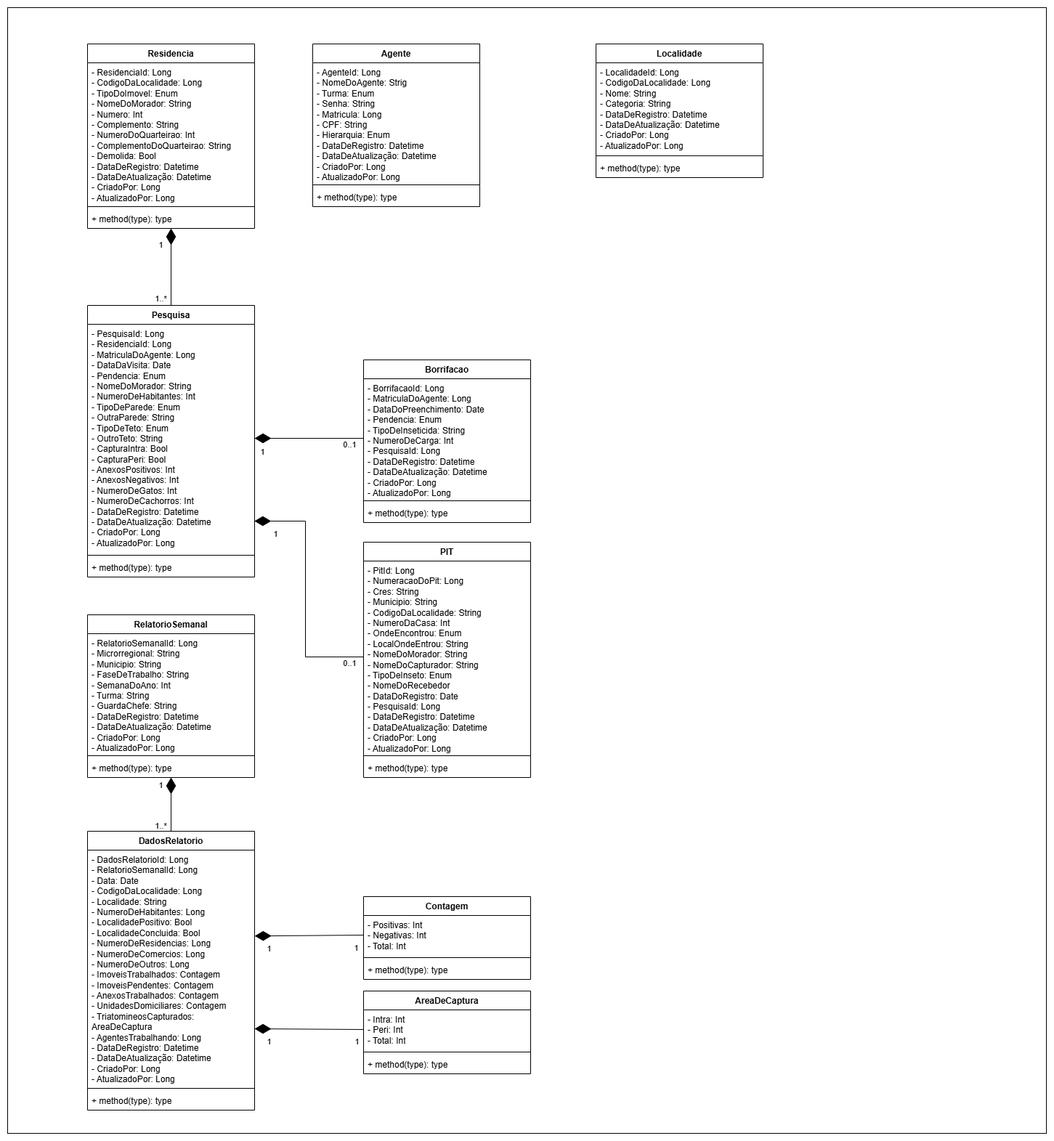
This is Diagrama de classes.png from Fconeto/P.I-3, a draw.io export, as it was before one commit. Source tidied: cells renumbered, new cells last; positions are measured from the earlier drawing's top-left corner, leaving out a move shared by most shapes.
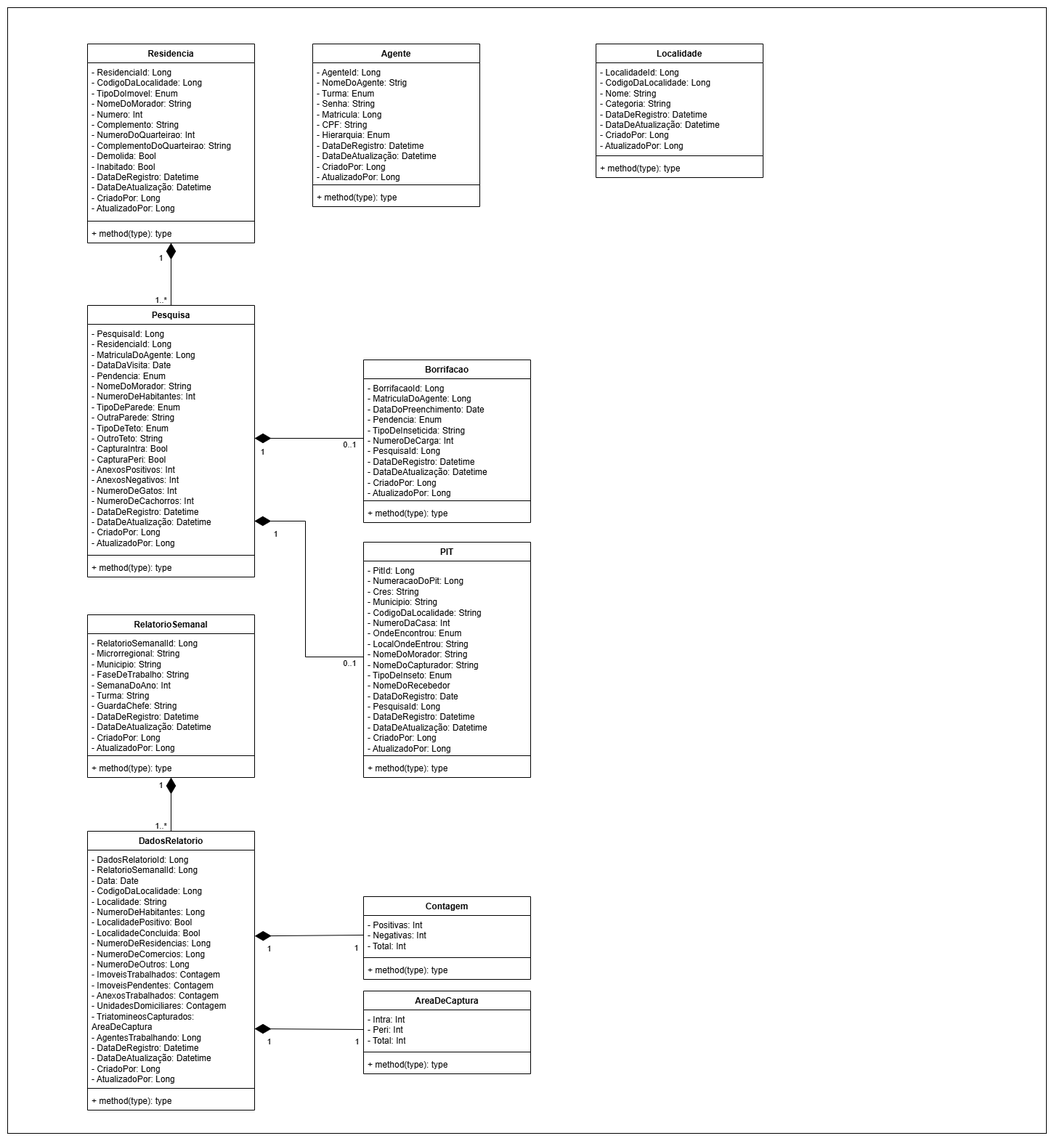
Later version of the same file.

What changed in the source:
```diff
@@ -6,16 +6,16 @@
       <mxGeometry width="1430" height="1550" as="geometry" />
     </mxCell>
     <mxCell id="3" value="Residencia" style="swimlane;fontStyle=1;align=center;verticalAlign=top;horizontal=1;startSize=26;whiteSpace=wrap;html=1;" parent="1" vertex="1">
-      <mxGeometry x="110" y="50" width="230" height="254" as="geometry" />
+      <mxGeometry x="110" y="50" width="230" height="274" as="geometry" />
     </mxCell>
-    <mxCell id="4" value="&lt;div&gt;- ResidenciaId: Long&lt;/div&gt;&lt;div&gt;- CodigoDaLocalidade: Long&lt;/div&gt;- TipoDoImovel: Enum&lt;div&gt;- NomeDoMorador: String&lt;/div&gt;&lt;div&gt;- Numero: Int&lt;/div&gt;&lt;div&gt;- Complemento: String&lt;/div&gt;&lt;div&gt;- NumeroDoQuarteirao:&amp;nbsp;&lt;span style=&quot;background-color: transparent; color: light-dark(rgb(0, 0, 0), rgb(255, 255, 255));&quot;&gt;Int&lt;/span&gt;&lt;/div&gt;&lt;div&gt;- ComplementoDoQuarteirao: String&lt;/div&gt;&lt;div&gt;- Demolida: Bool&lt;/div&gt;&lt;div&gt;- DataDeRegistro: Datetime&lt;/div&gt;&lt;div&gt;- DataDeAtualização: Datetime&lt;/div&gt;&lt;div&gt;- CriadoPor: Long&lt;/div&gt;&lt;div&gt;- AtualizadoPor: Long&lt;/div&gt;" style="text;strokeColor=none;fillColor=none;align=left;verticalAlign=top;spacingLeft=4;spacingRight=4;overflow=hidden;whiteSpace=wrap;html=1;" parent="3" vertex="1">
-      <mxGeometry y="26" width="230" height="194" as="geometry" />
+    <mxCell id="4" value="&lt;div&gt;- ResidenciaId: Long&lt;/div&gt;&lt;div&gt;- CodigoDaLocalidade: Long&lt;/div&gt;- TipoDoImovel: Enum&lt;div&gt;- NomeDoMorador: String&lt;/div&gt;&lt;div&gt;- Numero: Int&lt;/div&gt;&lt;div&gt;- Complemento: String&lt;/div&gt;&lt;div&gt;- NumeroDoQuarteirao:&amp;nbsp;&lt;span style=&quot;background-color: transparent; color: light-dark(rgb(0, 0, 0), rgb(255, 255, 255));&quot;&gt;Int&lt;/span&gt;&lt;/div&gt;&lt;div&gt;- ComplementoDoQuarteirao: String&lt;/div&gt;&lt;div&gt;- Demolida: Bool&lt;/div&gt;&lt;div&gt;- Inabitado: Bool&lt;/div&gt;&lt;div&gt;- DataDeRegistro: Datetime&lt;/div&gt;&lt;div&gt;- DataDeAtualização: Datetime&lt;/div&gt;&lt;div&gt;- CriadoPor: Long&lt;/div&gt;&lt;div&gt;- AtualizadoPor: Long&lt;/div&gt;" style="text;strokeColor=none;fillColor=none;align=left;verticalAlign=top;spacingLeft=4;spacingRight=4;overflow=hidden;whiteSpace=wrap;html=1;" parent="3" vertex="1">
+      <mxGeometry y="26" width="230" height="214" as="geometry" />
     </mxCell>
     <mxCell id="5" style="line;strokeWidth=1;fillColor=none;align=left;verticalAlign=middle;spacingTop=-1;spacingLeft=3;spacingRight=3;labelPosition=right;strokeColor=inherit;" parent="3" vertex="1">
-      <mxGeometry y="220" width="230" height="8" as="geometry" />
+      <mxGeometry y="240" width="230" height="8" as="geometry" />
     </mxCell>
     <mxCell id="6" value="+ method(type): type" style="text;strokeColor=none;fillColor=none;align=left;verticalAlign=top;spacingLeft=4;spacingRight=4;overflow=hidden;whiteSpace=wrap;html=1;" parent="3" vertex="1">
-      <mxGeometry y="228" width="230" height="26" as="geometry" />
+      <mxGeometry y="248" width="230" height="26" as="geometry" />
     </mxCell>
     <mxCell id="7" value="Agente" style="swimlane;fontStyle=1;align=center;verticalAlign=top;horizontal=1;startSize=26;whiteSpace=wrap;html=1;" parent="1" vertex="1">
       <mxGeometry x="420" y="50" width="230" height="224" as="geometry" />
```
